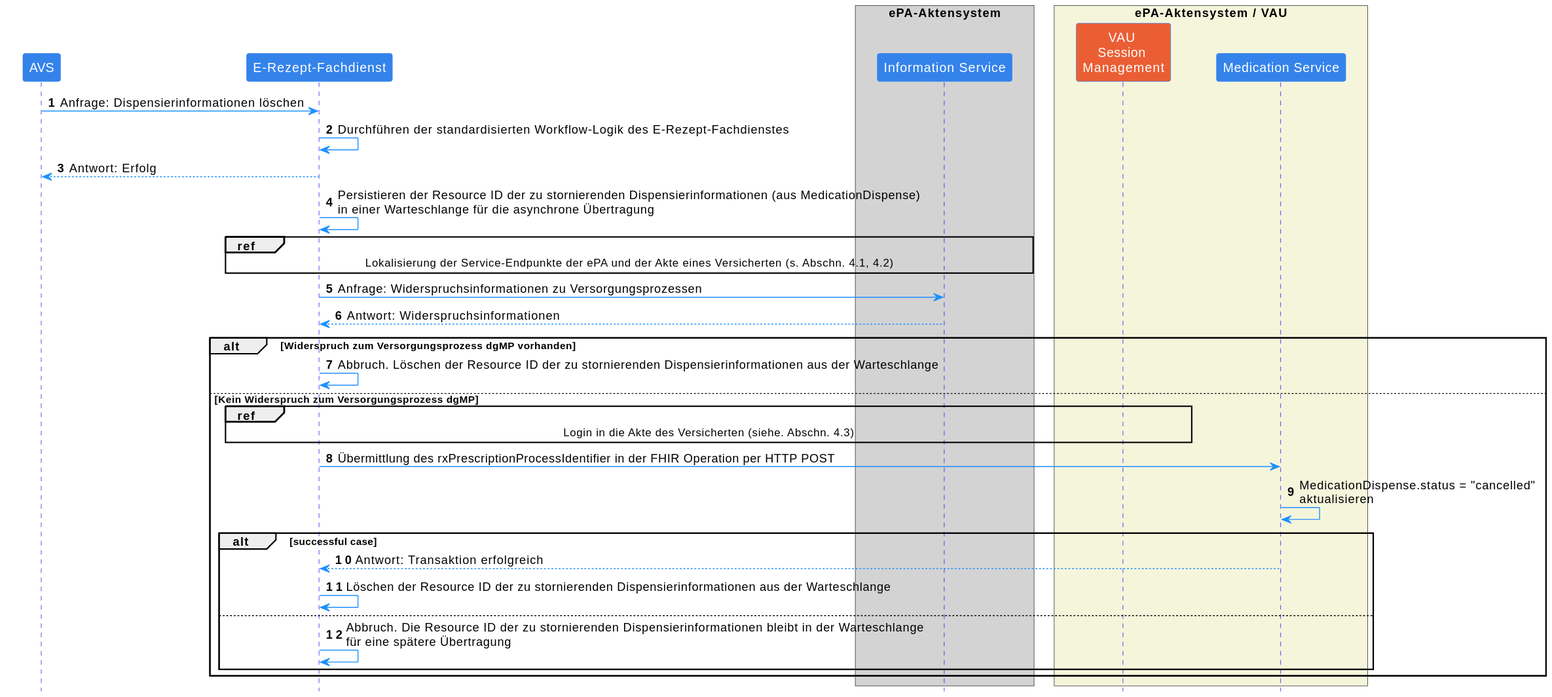
Above: images/plantuml/medicationmanagement.cancel.dispense.svg in gematik/ePA-Medication (PlantUML), before the change. Source of this version:
```plantuml
@startuml
skinparam Shadowing false
skinparam ParticipantPadding 20
skinparam BoxPadding 10

skinparam sequence {
    ArrowColor DodgerBlue
    ActorBorderColor DodgerBlue
    LifeLineBorderColor Blue

    ParticipantBackgroundColor #3483eb
    ParticipantBorderColor #3483eb
    ParticipantFontSize 14
    ParticipantFontColor White

    ActorBackgroundColor #3483eb
    ActorFontSize 14
    NoteBackgroundColor #3483eb
}

hide footbox
autonumber

participant "AVS" as PVS
participant "E-Rezept-Fachdienst" as ERFD

box "ePA-Aktensystem" #LightGray
    participant "Information Service" as IS
end box

box "ePA-Aktensystem / VAU" #Beige
    participant "VAU \nSession \nManagement" as VAU #eb5e34
    participant "Medication Service" as EPA
end box

PVS -> ERFD: Anfrage: Dispensierinformationen löschen
ERFD -> ERFD: Durchführen der standardisierten Workflow-Logik des E-Rezept-Fachdienstes
ERFD --> PVS: Antwort: Erfolg

ERFD -> ERFD: Persistieren der Resource ID der zu stornierenden Dispensierinformationen (aus MedicationDispense)\nin einer Warteschlange für die asynchrone Übertragung

ref over ERFD, IS: Lokalisierung der Service-Endpunkte der ePA und der Akte eines Versicherten (s. Abschn. 4.1, 4.2)

ERFD -> IS: Anfrage: Widerspruchsinformationen zu Versorgungsprozessen
IS --> ERFD: Antwort: Widerspruchsinformationen

alt Widerspruch zum Versorgungsprozess dgMP vorhanden
    ERFD -> ERFD: Abbruch. Löschen der Resource ID der zu stornierenden Dispensierinformationen aus der Warteschlange
else Kein Widerspruch zum Versorgungsprozess dgMP

    ref over ERFD, VAU: Login in die Akte des Versicherten (siehe. Abschn. 4.3)

    ERFD -> EPA: Übermittlung des rxPrescriptionProcessIdentifier in der FHIR Operation per HTTP POST
    EPA -> EPA: MedicationDispense.status = "cancelled"\naktualisieren

    alt successful case
        EPA --> ERFD: Antwort: Transaktion erfolgreich
        ERFD -> ERFD: Löschen der Resource ID der zu stornierenden Dispensierinformationen aus der Warteschlange
    else
        ERFD -> ERFD: Abbruch. Die Resource ID der zu stornierenden Dispensierinformationen bleibt in der Warteschlange\nfür eine spätere Übertragung
    end

end
@enduml
```
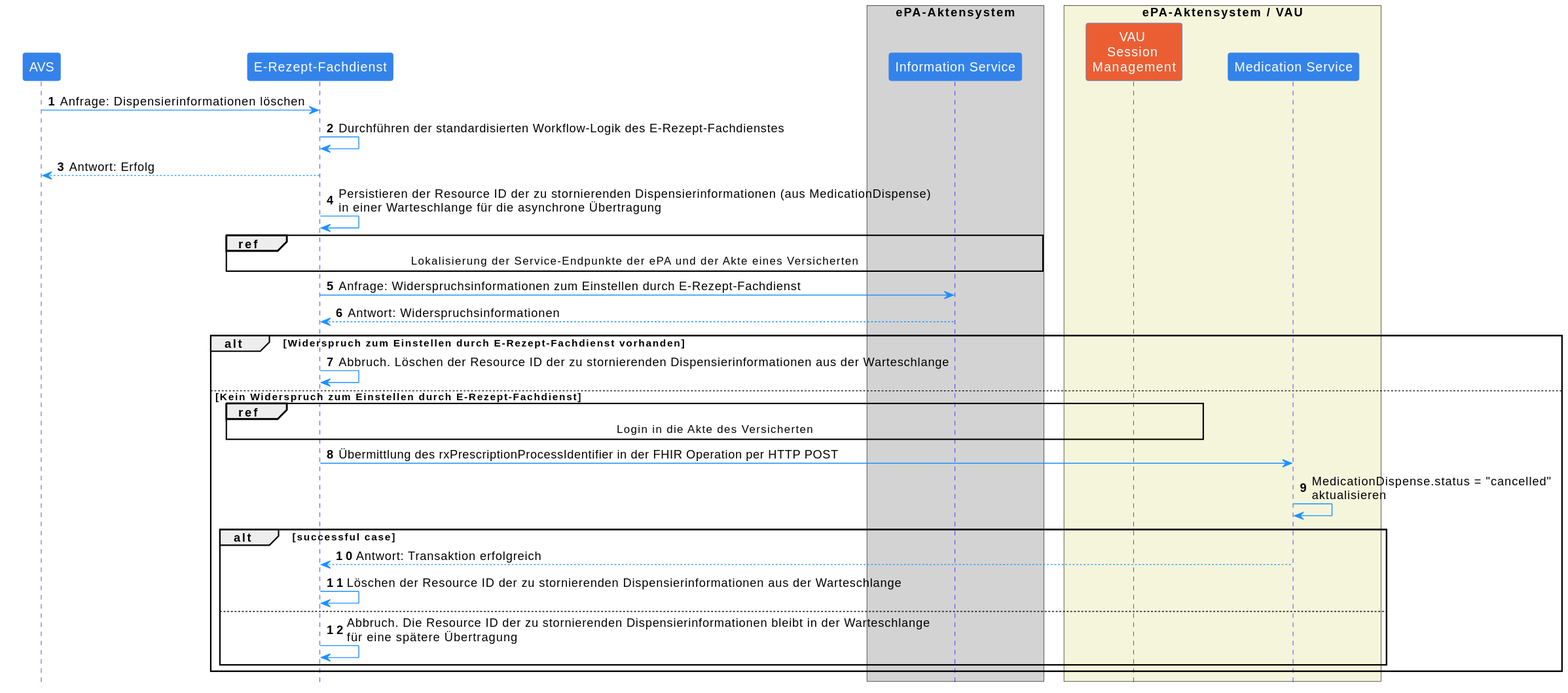
The same diagram one commit later.

Change to the diagram source:
```diff
@@ -39,16 +39,16 @@
 
 ERFD -> ERFD: Persistieren der Resource ID der zu stornierenden Dispensierinformationen (aus MedicationDispense)\nin einer Warteschlange für die asynchrone Übertragung
 
-ref over ERFD, IS: Lokalisierung der Service-Endpunkte der ePA und der Akte eines Versicherten (s. Abschn. 4.1, 4.2)
+ref over ERFD, IS: Lokalisierung der Service-Endpunkte der ePA und der Akte eines Versicherten
 
-ERFD -> IS: Anfrage: Widerspruchsinformationen zu Versorgungsprozessen
+ERFD -> IS: Anfrage: Widerspruchsinformationen zum Einstellen durch E-Rezept-Fachdienst
 IS --> ERFD: Antwort: Widerspruchsinformationen
 
-alt Widerspruch zum Versorgungsprozess dgMP vorhanden
+alt Widerspruch zum Einstellen durch E-Rezept-Fachdienst vorhanden
     ERFD -> ERFD: Abbruch. Löschen der Resource ID der zu stornierenden Dispensierinformationen aus der Warteschlange
-else Kein Widerspruch zum Versorgungsprozess dgMP
+else Kein Widerspruch zum Einstellen durch E-Rezept-Fachdienst
 
-    ref over ERFD, VAU: Login in die Akte des Versicherten (siehe. Abschn. 4.3)
+    ref over ERFD, VAU: Login in die Akte des Versicherten
 
     ERFD -> EPA: Übermittlung des rxPrescriptionProcessIdentifier in der FHIR Operation per HTTP POST
     EPA -> EPA: MedicationDispense.status = "cancelled"\naktualisieren
```
